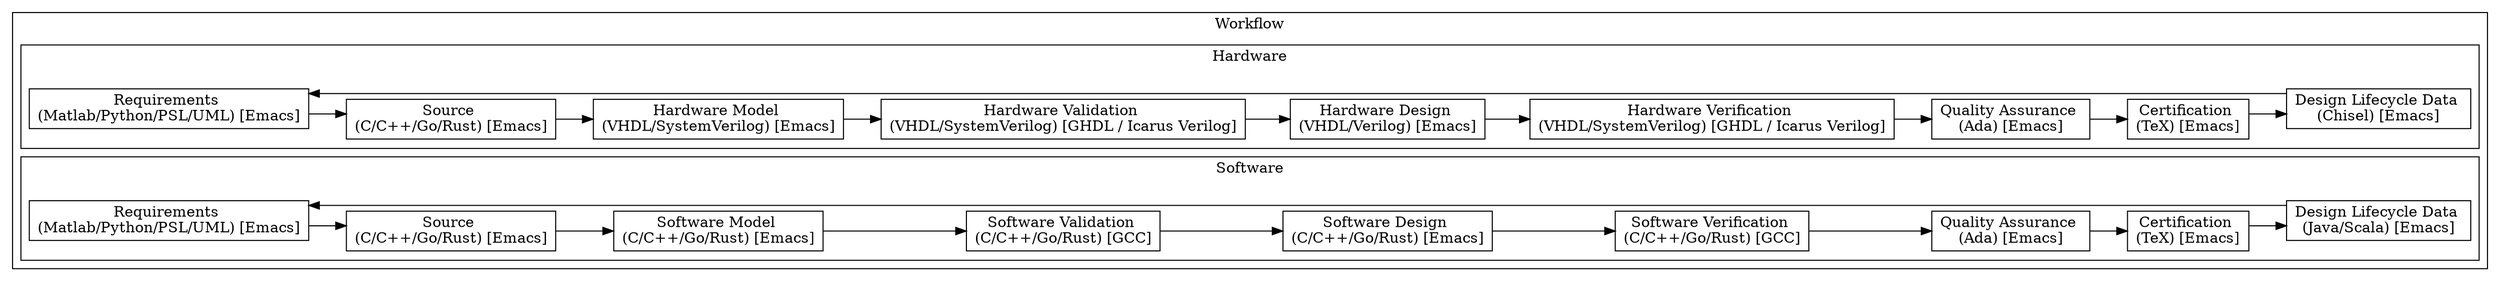
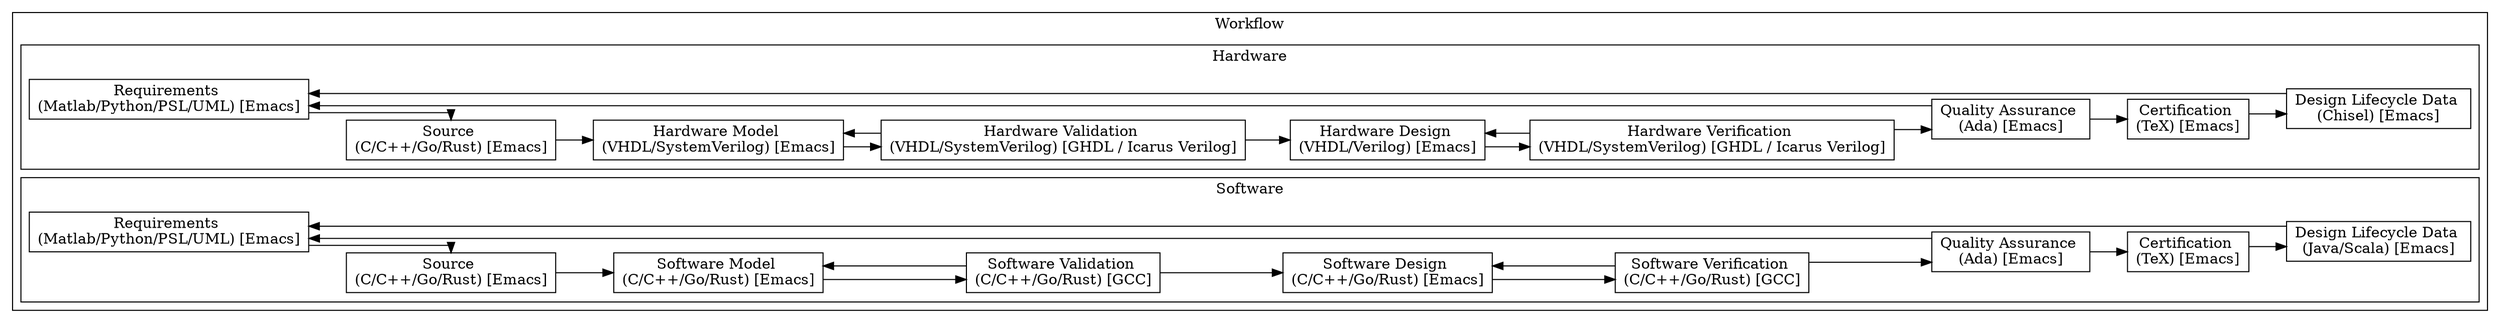
digraph Project {
  // Introduction
  graph [rankdir = LR, splines=ortho];
  node[shape=record];

  // Blocks
  subgraph "cluster Workflow" { label = "Workflow";
    subgraph "cluster Hardware" { label = "Hardware";
      Requirements_HW[label="Requirements \n(Matlab/Python/PSL/UML) [Emacs]"];
      Source_HW[label="Source \n(C/C++/Go/Rust) [Emacs]"];
      Model_HW[label="Hardware Model \n(VHDL/SystemVerilog) [Emacs]"];
      Validation_HW[label="Hardware Validation \n(VHDL/SystemVerilog) [GHDL / Icarus Verilog]"];
      Design_HW[label="Hardware Design \n(VHDL/Verilog) [Emacs]"];
      Verification_HW[label="Hardware Verification \n(VHDL/SystemVerilog) [GHDL / Icarus Verilog]"];
      Quality_HW[label="Quality Assurance \n(Ada) [Emacs]"];
      Certification_HW[label="Certification \n(TeX) [Emacs]"];
      Lifecycle_HW[label="Design Lifecycle Data \n(Chisel) [Emacs]"];
    }
    subgraph "cluster Software" { label = "Software";
      Requirements_SW[label="Requirements \n(Matlab/Python/PSL/UML) [Emacs]"];
      Source_SW[label="Source \n(C/C++/Go/Rust) [Emacs]"];
      Model_SW[label="Software Model \n(C/C++/Go/Rust) [Emacs]"];
      Validation_SW[label="Software Validation \n(C/C++/Go/Rust) [GCC]"];
      Design_SW[label="Software Design \n(C/C++/Go/Rust) [Emacs]"];
      Verification_SW[label="Software Verification \n(C/C++/Go/Rust) [GCC]"];
      Quality_SW[label="Quality Assurance \n(Ada) [Emacs]"];
      Certification_SW[label="Certification \n(TeX) [Emacs]"];
      Lifecycle_SW[label="Design Lifecycle Data \n(Java/Scala) [Emacs]"];
    }
  }

  // Sequence
  Requirements_HW -> Source_HW;
  Source_HW -> Model_HW;
  Model_HW -> Validation_HW;
+   Validation_HW -> Model_HW;
  Validation_HW -> Design_HW;
  Design_HW -> Verification_HW;
+   Verification_HW -> Design_HW;
  Verification_HW -> Quality_HW;
  Quality_HW -> Certification_HW;
+   Quality_HW -> Requirements_HW;
  Certification_HW -> Lifecycle_HW;
  Lifecycle_HW -> Requirements_HW;

  Requirements_SW -> Source_SW;
  Source_SW -> Model_SW;
  Model_SW -> Validation_SW;
+   Validation_SW -> Model_SW;
  Validation_SW -> Design_SW;
  Design_SW -> Verification_SW;
+   Verification_SW -> Design_SW;
  Verification_SW -> Quality_SW;
  Quality_SW -> Certification_SW;
+   Quality_SW -> Requirements_SW;
  Certification_SW -> Lifecycle_SW;
  Lifecycle_SW -> Requirements_SW;
}
